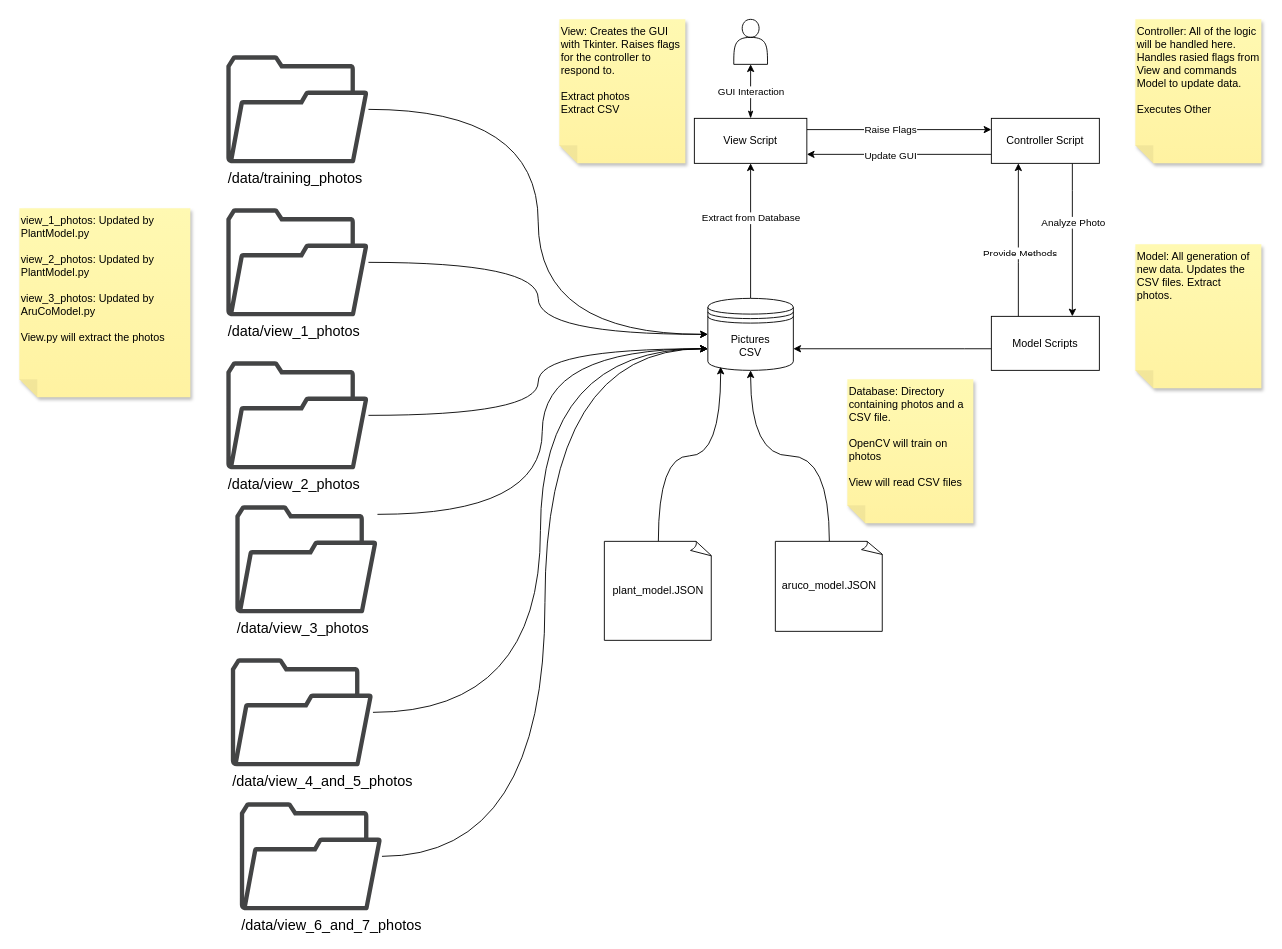
The draw.io diagram page "System_Overview" (1 of 3) of docs/block_diagram_flower_growth_tracker.drawio in JovanyZepeda/miniature-doodle, before the edit. Source tidied: cells renumbered, new cells numbered last; positions are measured from the earlier drawing's top-left corner, leaving out a move shared by most shapes. Both pictures are drawn from the tidied source at 90%, with x=0, y=0 at pixel (19, 19).
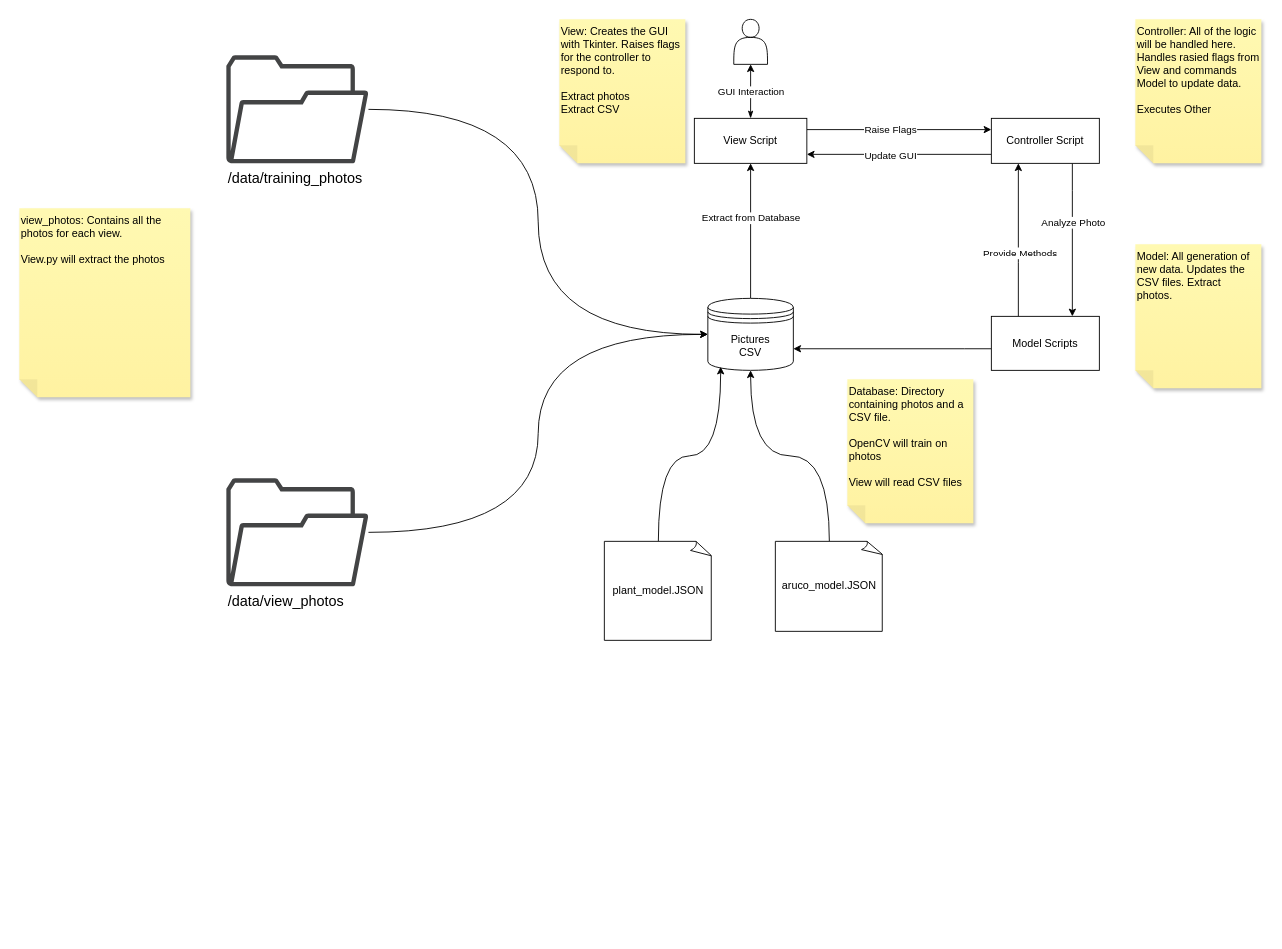
Above is the later version.

Commit message (it also covers changes not shown here):
First draft of view script

The change refers to these unchanged cells:
```xml
<mxCell id="15" value="Pictures&lt;br&gt;CSV" style="shape=datastore;whiteSpace=wrap;html=1;" parent="1" vertex="1">
  <mxGeometry x="765" y="310" width="95" height="80" as="geometry" />
</mxCell>
```

What changed in the source:
```diff
@@
-    <mxCell id="31" value="/data/view_1_photos" style="sketch=0;shadow=0;dashed=0;html=1;strokeColor=none;fillColor=#434445;labelPosition=center;verticalLabelPosition=bottom;verticalAlign=top;align=left;outlineConnect=0;shape=mxgraph.vvd.folder;horizontal=1;fontSize=16;" parent="1" vertex="1">
-      <mxGeometry x="230" y="210" width="157.9" height="120" as="geometry" />
+    <mxCell id="31" value="/data/view_photos" style="sketch=0;shadow=0;dashed=0;html=1;strokeColor=none;fillColor=#434445;labelPosition=center;verticalLabelPosition=bottom;verticalAlign=top;align=left;outlineConnect=0;shape=mxgraph.vvd.folder;horizontal=1;fontSize=16;" parent="1" vertex="1">
+      <mxGeometry x="230" y="510" width="157.9" height="120" as="geometry" />
     </mxCell>
-    <mxCell id="32" style="edgeStyle=orthogonalEdgeStyle;rounded=0;jettySize=auto;html=1;entryX=0;entryY=0.7;entryDx=0;entryDy=0;curved=1;" parent="1" edge="1" source="33" target="15">
-      <mxGeometry relative="1" as="geometry" />
-    </mxCell>
-    <mxCell id="33" value="/data/view_2_photos" style="sketch=0;shadow=0;dashed=0;html=1;strokeColor=none;fillColor=#434445;labelPosition=center;verticalLabelPosition=bottom;verticalAlign=top;align=left;outlineConnect=0;shape=mxgraph.vvd.folder;horizontal=1;fontSize=16;" parent="1" vertex="1">
-      <mxGeometry x="230" y="380" width="157.9" height="120" as="geometry" />
-    </mxCell>
-    <mxCell id="34" style="edgeStyle=orthogonalEdgeStyle;rounded=0;jettySize=auto;html=1;entryX=0;entryY=0.7;entryDx=0;entryDy=0;curved=1;" parent="1" edge="1" source="35" target="15">
-      <mxGeometry relative="1" as="geometry">
-        <Array as="points">
-          <mxPoint x="581" y="550" />
-          <mxPoint x="581" y="366" />
-        </Array>
-      </mxGeometry>
-    </mxCell>
-    <mxCell id="35" value="/data/view_3_photos" style="sketch=0;shadow=0;dashed=0;html=1;strokeColor=none;fillColor=#434445;labelPosition=center;verticalLabelPosition=bottom;verticalAlign=top;align=left;outlineConnect=0;shape=mxgraph.vvd.folder;horizontal=1;fontSize=16;" parent="1" vertex="1">
-      <mxGeometry x="240" y="540" width="157.9" height="120" as="geometry" />
-    </mxCell>
-    <mxCell id="36" value="view_1_photos: Updated by PlantModel.py&lt;br&gt;&lt;br&gt;view_2_photos: Updated by PlantModel.py&lt;br&gt;&lt;br&gt;view_3_photos: Updated by AruCoModel.py&lt;br&gt;&lt;br&gt;View.py will extract the photos" style="shape=note;whiteSpace=wrap;html=1;backgroundOutline=1;fontColor=#000000;darkOpacity=0.05;fillColor=#FFF9B2;strokeColor=none;fillStyle=solid;direction=west;gradientDirection=north;gradientColor=#FFF2A1;shadow=1;size=20;align=left;verticalAlign=top;" parent="1" vertex="1">
+    <mxCell id="36" value="view_photos: Contains all the photos for each view.&lt;br&gt;&lt;br&gt;View.py will extract the photos" style="shape=note;whiteSpace=wrap;html=1;backgroundOutline=1;fontColor=#000000;darkOpacity=0.05;fillColor=#FFF9B2;strokeColor=none;fillStyle=solid;direction=west;gradientDirection=north;gradientColor=#FFF2A1;shadow=1;size=20;align=left;verticalAlign=top;" parent="1" vertex="1">
       <mxGeometry y="210" width="190" height="210" as="geometry" />
     </mxCell>
-    <mxCell id="37" style="edgeStyle=orthogonalEdgeStyle;rounded=0;jettySize=auto;html=1;entryX=0;entryY=0.7;entryDx=0;entryDy=0;verticalAlign=top;curved=1;" parent="1" edge="1" source="38" target="15">
-      <mxGeometry relative="1" as="geometry" />
-    </mxCell>
-    <mxCell id="38" value="/data/view_6_and_7_photos" style="sketch=0;shadow=0;dashed=0;html=1;strokeColor=none;fillColor=#434445;labelPosition=center;verticalLabelPosition=bottom;verticalAlign=top;align=left;outlineConnect=0;shape=mxgraph.vvd.folder;horizontal=1;fontSize=16;" parent="1" vertex="1">
-      <mxGeometry x="245" y="870" width="157.9" height="120" as="geometry" />
-    </mxCell>
-    <mxCell id="39" style="edgeStyle=orthogonalEdgeStyle;rounded=0;jettySize=auto;html=1;entryX=0;entryY=0.7;entryDx=0;entryDy=0;verticalAlign=top;curved=1;" parent="1" edge="1" source="40" target="15">
-      <mxGeometry relative="1" as="geometry" />
-    </mxCell>
-    <mxCell id="40" value="/data/view_4_and_5_photos" style="sketch=0;shadow=0;dashed=0;html=1;strokeColor=none;fillColor=#434445;labelPosition=center;verticalLabelPosition=bottom;verticalAlign=top;align=left;outlineConnect=0;shape=mxgraph.vvd.folder;horizontal=1;fontSize=16;" parent="1" vertex="1">
-      <mxGeometry x="235" y="710" width="157.9" height="120" as="geometry" />
-    </mxCell>
```
